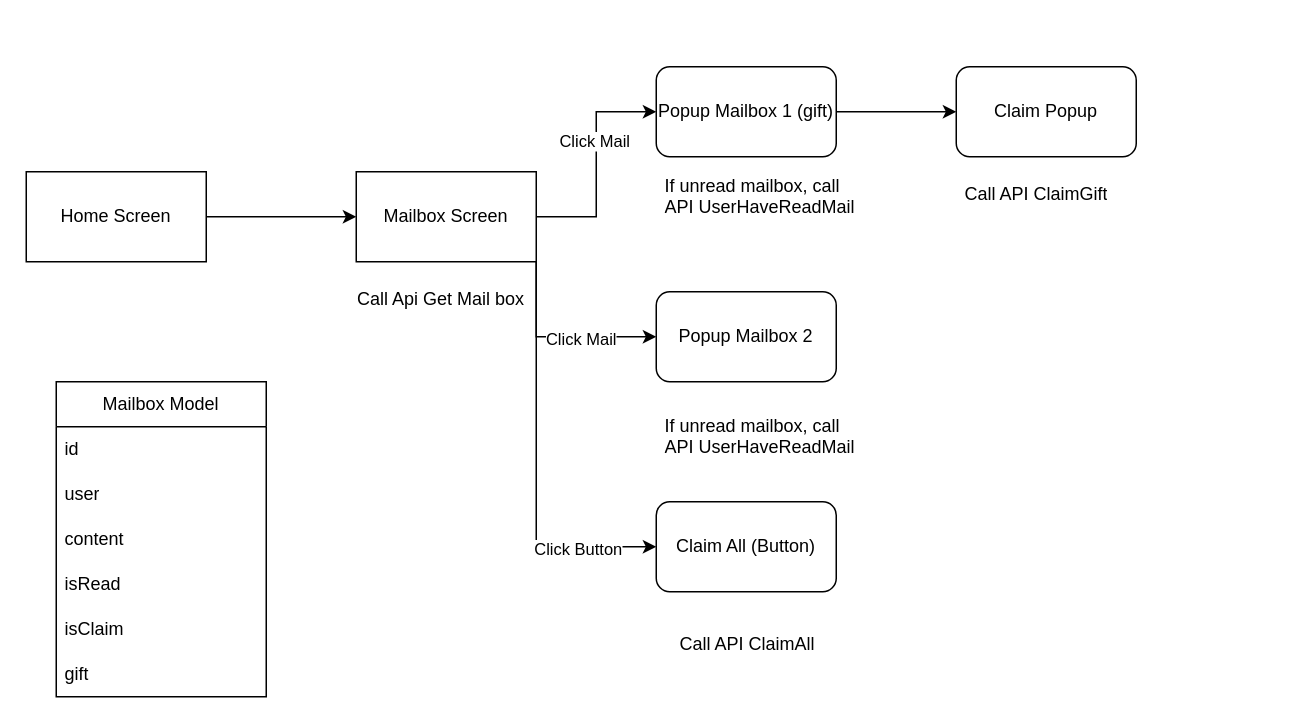
The draw.io diagram Untitled Diagram.drawio in NguyenAnhDuc/AIML, before the edit. Source tidied: cells renumbered, new cells numbered last; positions are measured from the earlier drawing's top-left corner, leaving out a move shared by most shapes. Both pictures are drawn from the tidied source at 150%, with x=0, y=0 at pixel (26, 66).
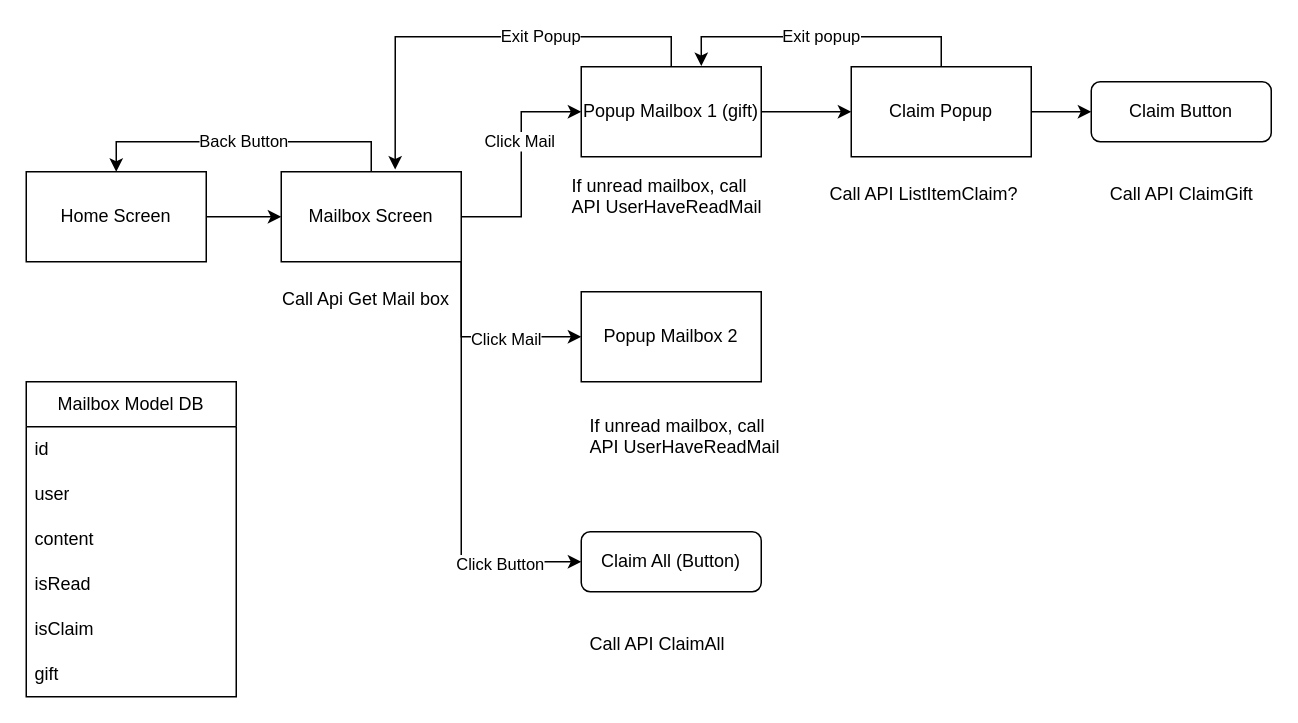
The same page after the edit.

The change refers to these unchanged cells:
```xml
<mxCell id="2" value="Home Screen" style="rounded=0;whiteSpace=wrap;html=1;" parent="1" vertex="1">
  <mxGeometry y="70" width="120" height="60" as="geometry" />
</mxCell>
```

The edit, as a diff of the source:
```diff
@@
+    <mxCell id="28" value="Back Button" style="edgeStyle=orthogonalEdgeStyle;rounded=0;jettySize=auto;html=1;exitX=0.5;exitY=0;exitDx=0;exitDy=0;entryX=0.5;entryY=0;entryDx=0;entryDy=0;" parent="1" edge="1" source="9" target="2">
+      <mxGeometry relative="1" as="geometry" />
+    </mxCell>
     <mxCell id="9" value="Mailbox Screen" style="rounded=0;whiteSpace=wrap;html=1;" parent="1" vertex="1">
-      <mxGeometry x="220" y="70" width="120" height="60" as="geometry" />
+      <mxGeometry x="170" y="70" width="120" height="60" as="geometry" />
     </mxCell>
@@
+    <mxCell id="29" style="edgeStyle=orthogonalEdgeStyle;rounded=0;jettySize=auto;html=1;exitX=0.5;exitY=0;exitDx=0;exitDy=0;entryX=0.633;entryY=-0.025;entryDx=0;entryDy=0;entryPerimeter=0;" parent="1" edge="1" source="11" target="9">
+      <mxGeometry relative="1" as="geometry" />
+    </mxCell>
+    <mxCell id="30" value="Exit Popup" style="edgeLabel;html=1;align=center;verticalAlign=middle;" parent="29" vertex="1">
+      <mxGeometry x="-0.26" y="-1" relative="1" as="geometry" />
+    </mxCell>
-    <mxCell id="11" value="Popup Mailbox 1 (gift)" style="rounded=1;whiteSpace=wrap;html=1;" parent="1" vertex="1">
-      <mxGeometry x="420" width="120" height="60" as="geometry" />
+    <mxCell id="11" value="Popup Mailbox 1 (gift)" style="whiteSpace=wrap;html=1;" parent="1" vertex="1">
+      <mxGeometry x="370" width="120" height="60" as="geometry" />
     </mxCell>
-    <mxCell id="12" value="Popup Mailbox 2" style="rounded=1;whiteSpace=wrap;html=1;" parent="1" vertex="1">
-      <mxGeometry x="420" y="150" width="120" height="60" as="geometry" />
+    <mxCell id="12" value="Popup Mailbox 2" style="whiteSpace=wrap;html=1;" parent="1" vertex="1">
+      <mxGeometry x="370" y="150" width="120" height="60" as="geometry" />
     </mxCell>
+    <mxCell id="31" style="edgeStyle=orthogonalEdgeStyle;rounded=0;jettySize=auto;html=1;exitX=1;exitY=0.5;exitDx=0;exitDy=0;entryX=0;entryY=0.5;entryDx=0;entryDy=0;" parent="1" edge="1" source="13" target="33">
+      <mxGeometry relative="1" as="geometry" />
+    </mxCell>
+    <mxCell id="32" value="Exit popup" style="edgeStyle=orthogonalEdgeStyle;rounded=0;jettySize=auto;html=1;exitX=0.5;exitY=0;exitDx=0;exitDy=0;entryX=0.667;entryY=-0.008;entryDx=0;entryDy=0;entryPerimeter=0;" parent="1" edge="1" source="13" target="11">
+      <mxGeometry relative="1" as="geometry" />
+    </mxCell>
-    <mxCell id="13" value="Claim Popup" style="rounded=1;whiteSpace=wrap;html=1;" parent="1" vertex="1">
-      <mxGeometry x="620" width="120" height="60" as="geometry" />
+    <mxCell id="13" value="Claim Popup" style="whiteSpace=wrap;html=1;" parent="1" vertex="1">
+      <mxGeometry x="550" width="120" height="60" as="geometry" />
     </mxCell>
     <mxCell id="14" value="Call Api Get Mail box&amp;nbsp;" style="text;strokeColor=none;fillColor=none;align=left;verticalAlign=middle;spacingLeft=4;spacingRight=4;overflow=hidden;whiteSpace=wrap;html=1;" parent="1" vertex="1">
-      <mxGeometry x="215" y="140" width="130" height="30" as="geometry" />
+      <mxGeometry x="165" y="140" width="130" height="30" as="geometry" />
     </mxCell>
     <mxCell id="15" value="If unread mailbox, call API UserHaveReadMail" style="text;strokeColor=none;fillColor=none;align=left;verticalAlign=middle;spacingLeft=4;spacingRight=4;overflow=hidden;whiteSpace=wrap;html=1;" parent="1" vertex="1">
-      <mxGeometry x="420" y="70" width="145" height="30" as="geometry" />
+      <mxGeometry x="357.5" y="70" width="145" height="30" as="geometry" />
     </mxCell>
     <mxCell id="16" value="Claim All (Button)" style="rounded=1;whiteSpace=wrap;html=1;" parent="1" vertex="1">
-      <mxGeometry x="420" y="290" width="120" height="60" as="geometry" />
+      <mxGeometry x="370" y="310" width="120" height="40" as="geometry" />
     </mxCell>
     <mxCell id="17" value="If unread mailbox, call API UserHaveReadMail" style="text;strokeColor=none;fillColor=none;align=left;verticalAlign=middle;spacingLeft=4;spacingRight=4;overflow=hidden;whiteSpace=wrap;html=1;" parent="1" vertex="1">
-      <mxGeometry x="420" y="230" width="145" height="30" as="geometry" />
+      <mxGeometry x="370" y="230" width="145" height="30" as="geometry" />
     </mxCell>
     <mxCell id="18" value="Call API ClaimAll" style="text;strokeColor=none;fillColor=none;align=left;verticalAlign=middle;spacingLeft=4;spacingRight=4;overflow=hidden;whiteSpace=wrap;html=1;" parent="1" vertex="1">
-      <mxGeometry x="430" y="370" width="145" height="30" as="geometry" />
+      <mxGeometry x="370" y="370" width="145" height="30" as="geometry" />
     </mxCell>
-    <mxCell id="19" value="Call API ClaimGift" style="text;strokeColor=none;fillColor=none;align=left;verticalAlign=middle;spacingLeft=4;spacingRight=4;overflow=hidden;whiteSpace=wrap;html=1;" parent="1" vertex="1">
-      <mxGeometry x="620" y="70" width="145" height="30" as="geometry" />
+    <mxCell id="19" value="Call API ListItemClaim?" style="text;strokeColor=none;fillColor=none;align=left;verticalAlign=middle;spacingLeft=4;spacingRight=4;overflow=hidden;whiteSpace=wrap;html=1;" parent="1" vertex="1">
+      <mxGeometry x="530" y="70" width="145" height="30" as="geometry" />
     </mxCell>
@@
-    <mxCell id="21" value="Mailbox Model" style="swimlane;fontStyle=0;horizontal=1;startSize=30;whiteSpace=wrap;html=1;" parent="1" vertex="1">
-      <mxGeometry x="20" y="210" width="140" height="210" as="geometry" />
+    <mxCell id="21" value="Mailbox Model DB" style="swimlane;fontStyle=0;horizontal=1;startSize=30;whiteSpace=wrap;html=1;" parent="1" vertex="1">
+      <mxGeometry y="210" width="140" height="210" as="geometry" />
     </mxCell>
@@
+    <mxCell id="33" value="Claim Button" style="rounded=1;whiteSpace=wrap;html=1;" parent="1" vertex="1">
+      <mxGeometry x="710" y="10" width="120" height="40" as="geometry" />
+    </mxCell>
+    <mxCell id="34" value="Call API ClaimGift" style="text;html=1;align=center;verticalAlign=middle;strokeColor=none;fillColor=none;" parent="1" vertex="1">
+      <mxGeometry x="710" y="70" width="120" height="30" as="geometry" />
+    </mxCell>
```
